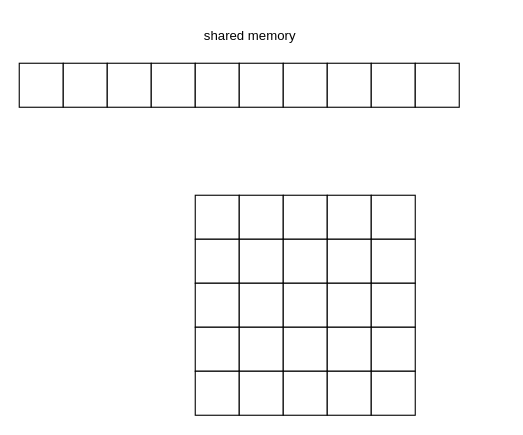
The draw.io diagram DEGMM_BATCHED.drawio in piDack/PerformanceCheckUtils, before the edit. Source tidied: cells renumbered, new cells numbered last; positions are measured from the earlier drawing's top-left corner, leaving out a move shared by most shapes. Both pictures are drawn from the tidied source at 110%, with x=0, y=0 at pixel (19, 19).
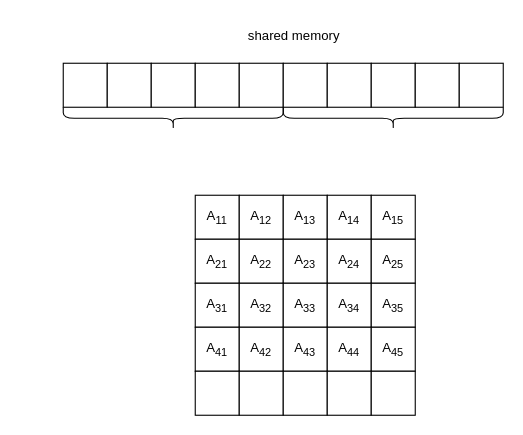
The same page after the edit.

Diff of the diagram source:
```diff
@@
-    <mxCell id="2" style="whiteSpace=wrap;html=1;" parent="1" vertex="1">
+    <mxCell id="2" value="A&lt;sub&gt;11&lt;/sub&gt;" style="whiteSpace=wrap;html=1;" parent="1" vertex="1">
       <mxGeometry x="160" y="160" width="40" height="40" as="geometry" />
     </mxCell>
-    <mxCell id="3" style="whiteSpace=wrap;html=1;" parent="1" vertex="1">
+    <mxCell id="3" value="A&lt;sub&gt;12&lt;/sub&gt;" style="whiteSpace=wrap;html=1;" parent="1" vertex="1">
       <mxGeometry x="200" y="160" width="40" height="40" as="geometry" />
     </mxCell>
-    <mxCell id="4" style="whiteSpace=wrap;html=1;" parent="1" vertex="1">
+    <mxCell id="4" value="A&lt;sub&gt;13&lt;/sub&gt;" style="whiteSpace=wrap;html=1;" parent="1" vertex="1">
       <mxGeometry x="240" y="160" width="40" height="40" as="geometry" />
     </mxCell>
-    <mxCell id="5" style="whiteSpace=wrap;html=1;" parent="1" vertex="1">
+    <mxCell id="5" value="A&lt;sub&gt;14&lt;/sub&gt;" style="whiteSpace=wrap;html=1;" parent="1" vertex="1">
       <mxGeometry x="280" y="160" width="40" height="40" as="geometry" />
     </mxCell>
-    <mxCell id="6" style="whiteSpace=wrap;html=1;" parent="1" vertex="1">
+    <mxCell id="6" value="A&lt;sub&gt;15&lt;/sub&gt;" style="whiteSpace=wrap;html=1;" parent="1" vertex="1">
       <mxGeometry x="320" y="160" width="40" height="40" as="geometry" />
     </mxCell>
-    <mxCell id="7" style="whiteSpace=wrap;html=1;" parent="1" vertex="1">
+    <mxCell id="7" value="A&lt;sub&gt;21&lt;/sub&gt;" style="whiteSpace=wrap;html=1;" parent="1" vertex="1">
       <mxGeometry x="160" y="200" width="40" height="40" as="geometry" />
     </mxCell>
-    <mxCell id="8" style="whiteSpace=wrap;html=1;" parent="1" vertex="1">
+    <mxCell id="8" value="A&lt;sub&gt;22&lt;/sub&gt;" style="whiteSpace=wrap;html=1;" parent="1" vertex="1">
       <mxGeometry x="200" y="200" width="40" height="40" as="geometry" />
     </mxCell>
-    <mxCell id="9" style="whiteSpace=wrap;html=1;" parent="1" vertex="1">
+    <mxCell id="9" value="A&lt;sub&gt;23&lt;/sub&gt;" style="whiteSpace=wrap;html=1;" parent="1" vertex="1">
       <mxGeometry x="240" y="200" width="40" height="40" as="geometry" />
     </mxCell>
-    <mxCell id="10" style="whiteSpace=wrap;html=1;" parent="1" vertex="1">
+    <mxCell id="10" value="A&lt;sub&gt;24&lt;/sub&gt;" style="whiteSpace=wrap;html=1;" parent="1" vertex="1">
       <mxGeometry x="280" y="200" width="40" height="40" as="geometry" />
     </mxCell>
-    <mxCell id="11" style="whiteSpace=wrap;html=1;" parent="1" vertex="1">
+    <mxCell id="11" value="A&lt;sub&gt;25&lt;/sub&gt;" style="whiteSpace=wrap;html=1;" parent="1" vertex="1">
       <mxGeometry x="320" y="200" width="40" height="40" as="geometry" />
     </mxCell>
-    <mxCell id="12" style="whiteSpace=wrap;html=1;" parent="1" vertex="1">
+    <mxCell id="12" value="A&lt;sub&gt;31&lt;/sub&gt;" style="whiteSpace=wrap;html=1;" parent="1" vertex="1">
       <mxGeometry x="160" y="240" width="40" height="40" as="geometry" />
     </mxCell>
-    <mxCell id="13" style="whiteSpace=wrap;html=1;" parent="1" vertex="1">
+    <mxCell id="13" value="A&lt;sub&gt;32&lt;/sub&gt;" style="whiteSpace=wrap;html=1;" parent="1" vertex="1">
       <mxGeometry x="200" y="240" width="40" height="40" as="geometry" />
     </mxCell>
-    <mxCell id="14" style="whiteSpace=wrap;html=1;" parent="1" vertex="1">
+    <mxCell id="14" value="A&lt;sub&gt;33&lt;/sub&gt;" style="whiteSpace=wrap;html=1;" parent="1" vertex="1">
       <mxGeometry x="240" y="240" width="40" height="40" as="geometry" />
     </mxCell>
-    <mxCell id="15" style="whiteSpace=wrap;html=1;" parent="1" vertex="1">
+    <mxCell id="15" value="A&lt;sub&gt;34&lt;/sub&gt;" style="whiteSpace=wrap;html=1;" parent="1" vertex="1">
       <mxGeometry x="280" y="240" width="40" height="40" as="geometry" />
     </mxCell>
-    <mxCell id="16" style="whiteSpace=wrap;html=1;" parent="1" vertex="1">
+    <mxCell id="16" value="A&lt;sub&gt;35&lt;/sub&gt;" style="whiteSpace=wrap;html=1;" parent="1" vertex="1">
       <mxGeometry x="320" y="240" width="40" height="40" as="geometry" />
     </mxCell>
-    <mxCell id="17" style="whiteSpace=wrap;html=1;" parent="1" vertex="1">
+    <mxCell id="17" value="A&lt;sub&gt;41&lt;/sub&gt;" style="whiteSpace=wrap;html=1;" parent="1" vertex="1">
       <mxGeometry x="160" y="280" width="40" height="40" as="geometry" />
     </mxCell>
-    <mxCell id="18" style="whiteSpace=wrap;html=1;" parent="1" vertex="1">
+    <mxCell id="18" value="A&lt;sub&gt;42&lt;/sub&gt;" style="whiteSpace=wrap;html=1;" parent="1" vertex="1">
       <mxGeometry x="200" y="280" width="40" height="40" as="geometry" />
     </mxCell>
-    <mxCell id="19" style="whiteSpace=wrap;html=1;" parent="1" vertex="1">
+    <mxCell id="19" value="A&lt;sub&gt;43&lt;/sub&gt;" style="whiteSpace=wrap;html=1;" parent="1" vertex="1">
       <mxGeometry x="240" y="280" width="40" height="40" as="geometry" />
     </mxCell>
-    <mxCell id="20" style="whiteSpace=wrap;html=1;" parent="1" vertex="1">
+    <mxCell id="20" value="A&lt;sub&gt;44&lt;/sub&gt;" style="whiteSpace=wrap;html=1;" parent="1" vertex="1">
       <mxGeometry x="280" y="280" width="40" height="40" as="geometry" />
     </mxCell>
-    <mxCell id="21" style="whiteSpace=wrap;html=1;" parent="1" vertex="1">
+    <mxCell id="21" value="A&lt;sub&gt;45&lt;/sub&gt;" style="whiteSpace=wrap;html=1;" parent="1" vertex="1">
       <mxGeometry x="320" y="280" width="40" height="40" as="geometry" />
     </mxCell>
@@
     <mxCell id="27" style="whiteSpace=wrap;html=1;" parent="1" vertex="1">
-      <mxGeometry y="40" width="40" height="40" as="geometry" />
+      <mxGeometry x="40" y="40" width="40" height="40" as="geometry" />
     </mxCell>
     <mxCell id="28" style="whiteSpace=wrap;html=1;" parent="1" vertex="1">
-      <mxGeometry x="40" y="40" width="40" height="40" as="geometry" />
+      <mxGeometry x="80" y="40" width="40" height="40" as="geometry" />
     </mxCell>
     <mxCell id="29" style="whiteSpace=wrap;html=1;" parent="1" vertex="1">
-      <mxGeometry x="80" y="40" width="40" height="40" as="geometry" />
+      <mxGeometry x="120" y="40" width="40" height="40" as="geometry" />
     </mxCell>
     <mxCell id="30" style="whiteSpace=wrap;html=1;" parent="1" vertex="1">
-      <mxGeometry x="120" y="40" width="40" height="40" as="geometry" />
+      <mxGeometry x="160" y="40" width="40" height="40" as="geometry" />
     </mxCell>
     <mxCell id="31" style="whiteSpace=wrap;html=1;" parent="1" vertex="1">
-      <mxGeometry x="160" y="40" width="40" height="40" as="geometry" />
+      <mxGeometry x="200" y="40" width="40" height="40" as="geometry" />
     </mxCell>
     <mxCell id="32" style="whiteSpace=wrap;html=1;" parent="1" vertex="1">
-      <mxGeometry x="200" y="40" width="40" height="40" as="geometry" />
+      <mxGeometry x="240" y="40" width="40" height="40" as="geometry" />
     </mxCell>
     <mxCell id="33" style="whiteSpace=wrap;html=1;" parent="1" vertex="1">
-      <mxGeometry x="240" y="40" width="40" height="40" as="geometry" />
+      <mxGeometry x="280" y="40" width="40" height="40" as="geometry" />
     </mxCell>
     <mxCell id="34" style="whiteSpace=wrap;html=1;" parent="1" vertex="1">
-      <mxGeometry x="280" y="40" width="40" height="40" as="geometry" />
+      <mxGeometry x="320" y="40" width="40" height="40" as="geometry" />
     </mxCell>
     <mxCell id="35" style="whiteSpace=wrap;html=1;" parent="1" vertex="1">
-      <mxGeometry x="320" y="40" width="40" height="40" as="geometry" />
+      <mxGeometry x="360" y="40" width="40" height="40" as="geometry" />
     </mxCell>
     <mxCell id="36" style="whiteSpace=wrap;html=1;" parent="1" vertex="1">
-      <mxGeometry x="360" y="40" width="40" height="40" as="geometry" />
+      <mxGeometry x="400" y="40" width="40" height="40" as="geometry" />
     </mxCell>
     <mxCell id="37" value="shared memory" style="text;html=1;strokeColor=none;fillColor=none;align=center;verticalAlign=middle;whiteSpace=wrap;rounded=0;" parent="1" vertex="1">
-      <mxGeometry x="150" width="120" height="30" as="geometry" />
+      <mxGeometry x="190" width="120" height="30" as="geometry" />
     </mxCell>
+    <mxCell id="38" style="shape=curlyBracket;whiteSpace=wrap;html=1;rounded=1;labelPosition=left;verticalLabelPosition=middle;align=right;verticalAlign=middle;rotation=-90;" parent="1" vertex="1">
+      <mxGeometry x="130" y="-10" width="20" height="200" as="geometry" />
+    </mxCell>
+    <mxCell id="39" style="shape=curlyBracket;whiteSpace=wrap;html=1;rounded=1;labelPosition=left;verticalLabelPosition=middle;align=right;verticalAlign=middle;rotation=-90;" parent="1" vertex="1">
+      <mxGeometry x="330" y="-10" width="20" height="200" as="geometry" />
+    </mxCell>
```
